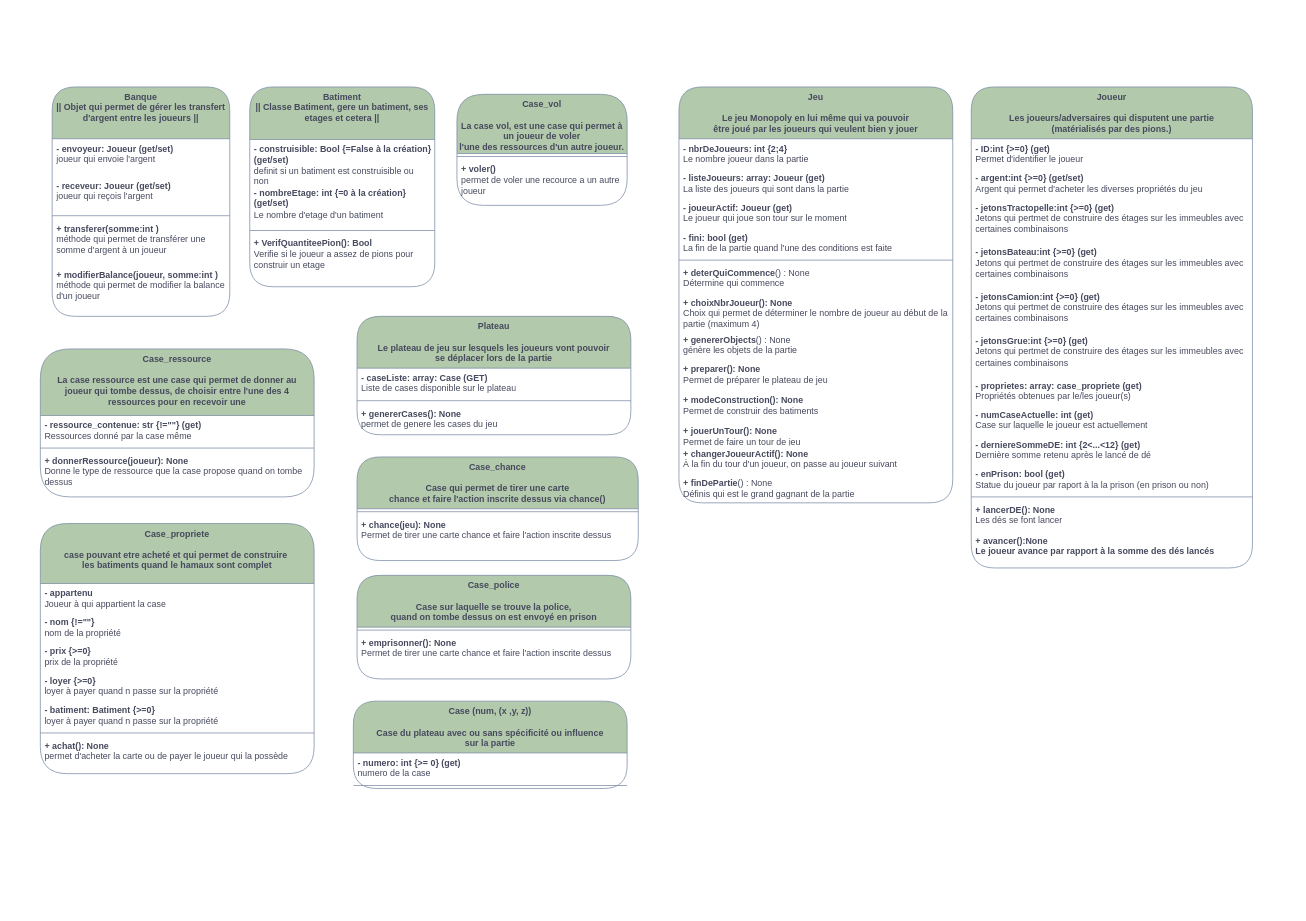
Before: page "Classes détaillées" (4 of 5) of B__Analyse/DiagrameDesClasses.drawio in gazhonsepaskwa/builder, a draw.io diagram. Source tidied: cells renumbered, new cells numbered last; positions are measured from the earlier drawing's top-left corner, leaving out a move shared by most shapes. Both pictures are drawn from the tidied source at 74%, with x=0, y=0 at pixel (40, 87).
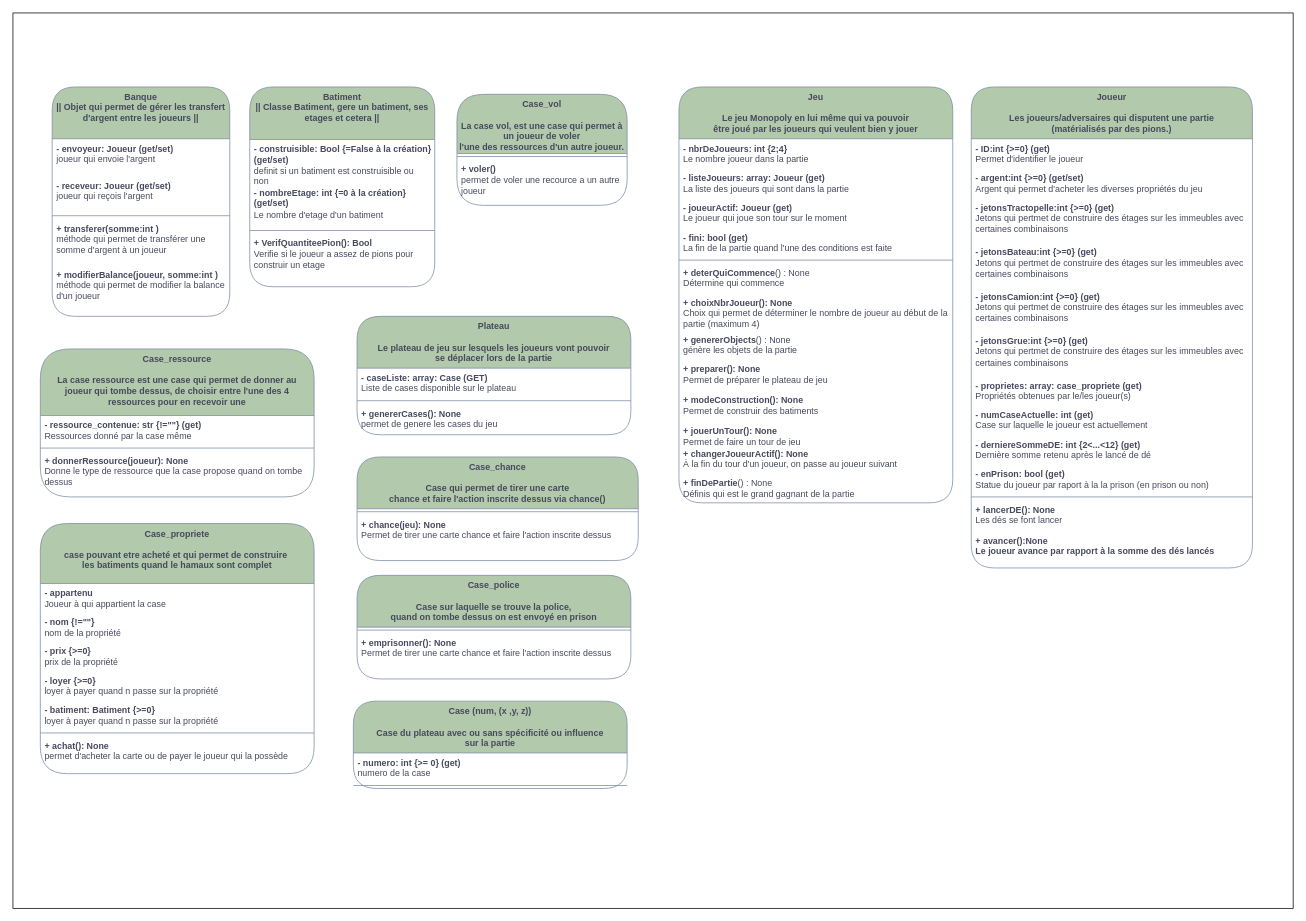
After the change.

The edit, as a diff of the source:
```diff
@@
+    <mxCell id="69" style="rounded=0;whiteSpace=wrap;html=1;" parent="1" vertex="1">
+      <mxGeometry x="-37" y="-100" width="1730" height="1210" as="geometry" />
+    </mxCell>
```
